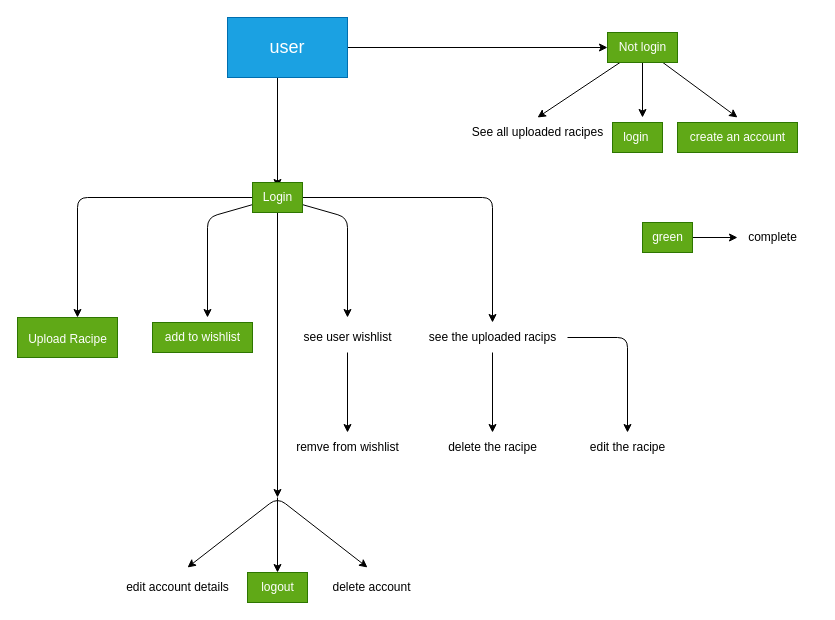
Earlier version of the draw.io diagram planning.drawio (aamir-067/racipe-project). Source tidied: cells renumbered, new cells numbered last; positions are measured from the earlier drawing's top-left corner, leaving out a move shared by most shapes. Both pictures are drawn from the tidied source at 100%, with x=0, y=0 at pixel (17, 17).
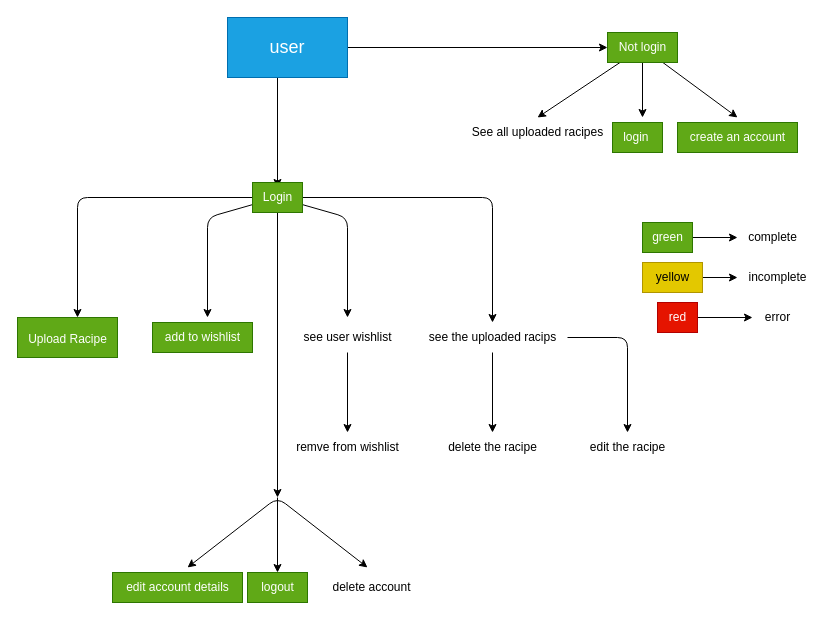
Above is the later version.

Commit message (it also covers changes not shown here):
added endpoints to update user account details

What changed in the source:
```diff
@@
-    <mxCell id="29" value="edit account details" style="text;html=1;align=center;verticalAlign=middle;strokeColor=none;fillColor=none;fontSize=12;" parent="1" vertex="1">
+    <mxCell id="29" value="edit account details" style="text;html=1;align=center;verticalAlign=middle;strokeColor=#2D7600;fillColor=#60a917;fontSize=12;fontColor=#ffffff;" parent="1" vertex="1">
       <mxGeometry x="95" y="555" width="130" height="30" as="geometry" />
     </mxCell>
@@
+    <mxCell id="36" value="incomplete" style="text;html=1;align=center;verticalAlign=middle;points=[];strokeColor=none;fillColor=none;" parent="1" vertex="1">
+      <mxGeometry x="720" y="245" width="80" height="30" as="geometry" />
+    </mxCell>
+    <mxCell id="37" value="error" style="text;html=1;align=center;verticalAlign=middle;points=[];strokeColor=none;fillColor=none;" parent="1" vertex="1">
+      <mxGeometry x="735" y="285" width="50" height="30" as="geometry" />
+    </mxCell>
+    <mxCell id="38" style="edgeStyle=none;html=1;" parent="1" edge="1" source="39" target="36">
+      <mxGeometry relative="1" as="geometry" />
+    </mxCell>
+    <mxCell id="39" value="yellow" style="text;html=1;align=center;verticalAlign=middle;points=[];strokeColor=#B09500;fillColor=#e3c800;fontColor=#000000;" parent="1" vertex="1">
+      <mxGeometry x="625" y="245" width="60" height="30" as="geometry" />
+    </mxCell>
+    <mxCell id="40" style="edgeStyle=none;html=1;" parent="1" edge="1" source="41" target="37">
+      <mxGeometry relative="1" as="geometry" />
+    </mxCell>
+    <mxCell id="41" value="red" style="text;html=1;align=center;verticalAlign=middle;points=[];strokeColor=#B20000;fillColor=#e51400;fontColor=#ffffff;" parent="1" vertex="1">
+      <mxGeometry x="640" y="285" width="40" height="30" as="geometry" />
+    </mxCell>
```
